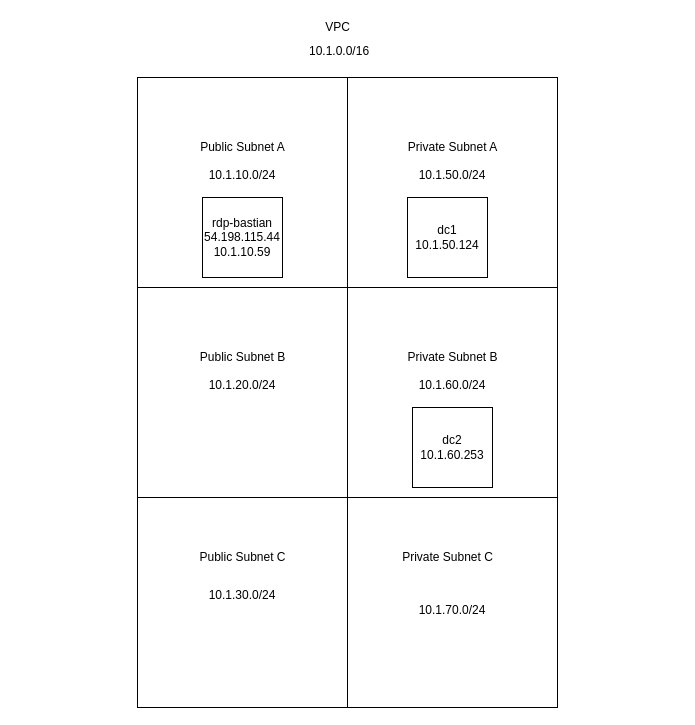
This is Untitled Diagram.drawio from billjacobi/directory, a draw.io file, before an edit. Source tidied: cells renumbered, new cells numbered last; positions are measured from the earlier drawing's top-left corner, leaving out a move shared by most shapes. Both pictures are drawn from the tidied source at 100%, with x=0, y=0 at pixel (137, 17).
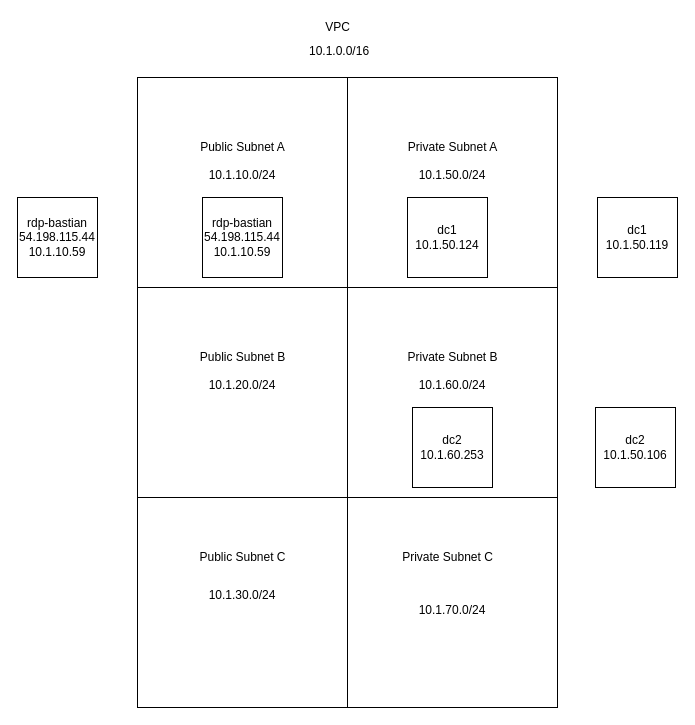
Above is the later version.

What changed in the source:
```diff
@@
+    <mxCell id="19" value="dc1&lt;br&gt;10.1.50.119" style="whiteSpace=wrap;html=1;" parent="1" vertex="1">
+      <mxGeometry x="460" y="180" width="80" height="80" as="geometry" />
+    </mxCell>
+    <mxCell id="20" value="dc2&lt;br&gt;10.1.50.106" style="whiteSpace=wrap;html=1;" parent="1" vertex="1">
+      <mxGeometry x="458" y="390" width="80" height="80" as="geometry" />
+    </mxCell>
+    <mxCell id="21" value="rdp-bastian&lt;br&gt;&lt;span style=&quot;clip: rect(0px , 0px , 0px , 0px) ; font: &amp;#34;unset&amp;#34; ; top: 0px&quot;&gt;54.198.115.44&lt;br&gt;&lt;span style=&quot;clip: rect(0px , 0px , 0px , 0px) ; font: &amp;#34;unset&amp;#34; ; top: 0px&quot;&gt;10.1.10.59&lt;/span&gt;&lt;span style=&quot;clip: rect(0px , 0px , 0px , 0px) ; font: &amp;#34;unset&amp;#34; ; top: 0px&quot;&gt;&lt;br&gt;&lt;/span&gt;&lt;/span&gt;" style="whiteSpace=wrap;html=1;" parent="1" vertex="1">
+      <mxGeometry x="-120" y="180" width="80" height="80" as="geometry" />
+    </mxCell>
```
